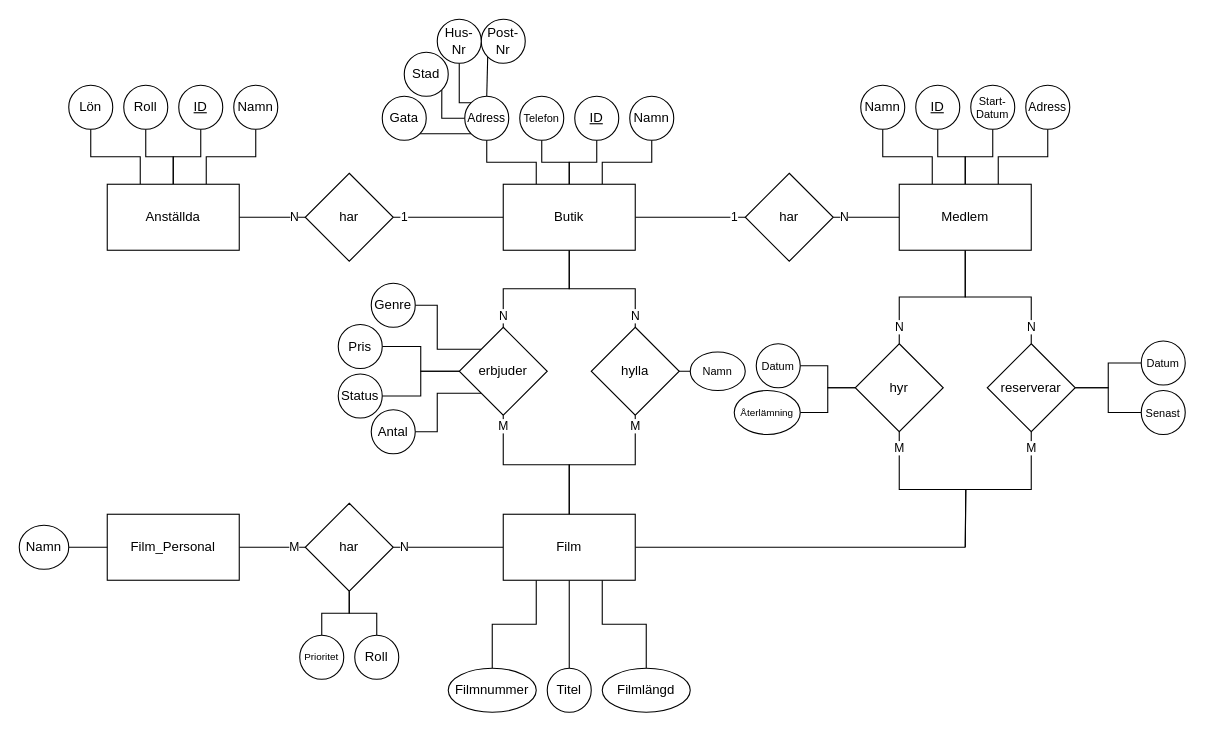
Earlier version of the draw.io diagram Databas_Labb1.drawio (null15/Database_University). Source tidied: cells renumbered, new cells numbered last; positions are measured from the earlier drawing's top-left corner, leaving out a move shared by most shapes. Both pictures are drawn from the tidied source at 110%, with x=0, y=0 at pixel (19, 19).
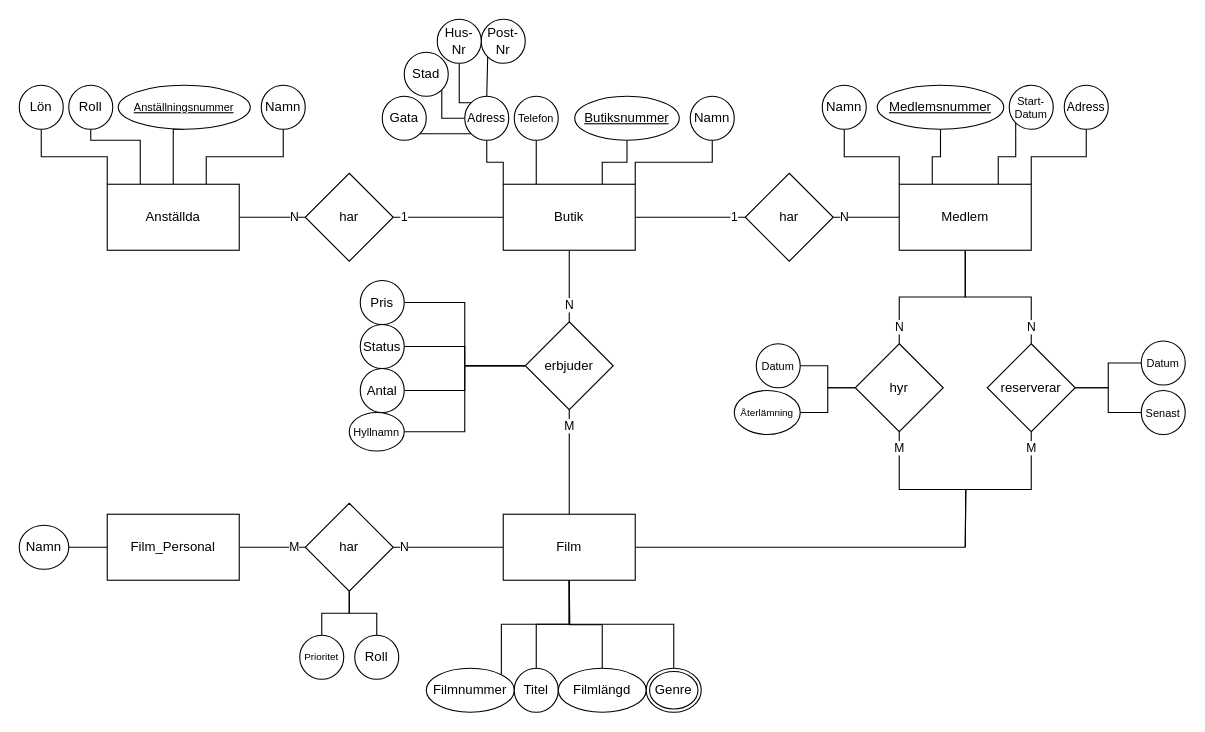
Above is the later version.

The change refers to these unchanged cells:
```xml
<mxCell id="10" value="Butik" style="rounded=0;whiteSpace=wrap;html=1;" parent="1" vertex="1">
  <mxGeometry x="440" y="150" width="120" height="60" as="geometry" />
</mxCell>
<mxCell id="17" value="Anställda" style="whiteSpace=wrap;html=1;rounded=0;" parent="1" vertex="1">
  <mxGeometry x="80" y="150" width="120" height="60" as="geometry" />
</mxCell>
<mxCell id="26" value="Adress" style="ellipse;whiteSpace=wrap;html=1;fontSize=11;" parent="1" vertex="1">
  <mxGeometry x="405" y="70" width="40" height="40" as="geometry" />
</mxCell>
<mxCell id="42" value="Medlem" style="whiteSpace=wrap;html=1;rounded=0;" parent="1" vertex="1">
  <mxGeometry x="800" y="150" width="120" height="60" as="geometry" />
</mxCell>
<mxCell id="58" value="Film" style="whiteSpace=wrap;html=1;rounded=0;" parent="1" vertex="1">
  <mxGeometry x="440" y="450" width="120" height="60" as="geometry" />
</mxCell>
```

Diff of the diagram source:
```diff
@@
-    <mxCell id="3" style="edgeStyle=orthogonalEdgeStyle;rounded=0;jettySize=auto;html=1;exitX=0.25;exitY=0;exitDx=0;exitDy=0;entryX=0.5;entryY=1;entryDx=0;entryDy=0;endArrow=none;endFill=0;" parent="1" edge="1" source="10" target="26">
+    <mxCell id="3" style="edgeStyle=orthogonalEdgeStyle;rounded=0;jettySize=auto;html=1;exitX=0;exitY=0;exitDx=0;exitDy=0;entryX=0.5;entryY=1;entryDx=0;entryDy=0;endArrow=none;endFill=0;" parent="1" edge="1" source="10" target="26">
       <mxGeometry relative="1" as="geometry" />
     </mxCell>
-    <mxCell id="4" style="edgeStyle=orthogonalEdgeStyle;rounded=0;jettySize=auto;html=1;exitX=0.5;exitY=0;exitDx=0;exitDy=0;entryX=0.5;entryY=1;entryDx=0;entryDy=0;endArrow=none;endFill=0;" parent="1" edge="1" source="10" target="27">
+    <mxCell id="4" style="edgeStyle=orthogonalEdgeStyle;rounded=0;jettySize=auto;html=1;exitX=0.25;exitY=0;exitDx=0;exitDy=0;entryX=0.5;entryY=1;entryDx=0;entryDy=0;endArrow=none;endFill=0;" parent="1" edge="1" source="10" target="27">
       <mxGeometry relative="1" as="geometry" />
     </mxCell>
-    <mxCell id="5" style="edgeStyle=orthogonalEdgeStyle;rounded=0;jettySize=auto;html=1;exitX=0.5;exitY=0;exitDx=0;exitDy=0;entryX=0.5;entryY=1;entryDx=0;entryDy=0;endArrow=none;endFill=0;" parent="1" edge="1" source="10" target="28">
-      <mxGeometry relative="1" as="geometry" />
-    </mxCell>
-    <mxCell id="6" style="edgeStyle=orthogonalEdgeStyle;rounded=0;jettySize=auto;html=1;exitX=0.75;exitY=0;exitDx=0;exitDy=0;entryX=0.5;entryY=1;entryDx=0;entryDy=0;endArrow=none;endFill=0;" parent="1" edge="1" source="10" target="29">
-      <mxGeometry relative="1" as="geometry" />
-    </mxCell>
@@
     <mxCell id="8" value="N" style="edgeStyle=orthogonalEdgeStyle;rounded=0;jettySize=auto;html=1;endArrow=none;endFill=0;" parent="1" edge="1" source="10" target="52">
-      <mxGeometry x="0.85" relative="1" as="geometry" />
+      <mxGeometry x="0.54" relative="1" as="geometry" />
     </mxCell>
-    <mxCell id="9" value="N" style="edgeStyle=orthogonalEdgeStyle;rounded=0;jettySize=auto;html=1;exitX=0.5;exitY=1;exitDx=0;exitDy=0;entryX=0.5;entryY=0;entryDx=0;entryDy=0;endArrow=none;endFill=0;" parent="1" edge="1" source="10" target="66">
-      <mxGeometry x="0.85" relative="1" as="geometry" />
-    </mxCell>
@@
-    <mxCell id="13" style="edgeStyle=orthogonalEdgeStyle;rounded=0;jettySize=auto;html=1;exitX=0.25;exitY=0;exitDx=0;exitDy=0;entryX=0.5;entryY=1;entryDx=0;entryDy=0;endArrow=none;endFill=0;" parent="1" edge="1" source="17" target="18">
+    <mxCell id="13" style="edgeStyle=orthogonalEdgeStyle;rounded=0;jettySize=auto;html=1;exitX=0;exitY=0;exitDx=0;exitDy=0;entryX=0.5;entryY=1;entryDx=0;entryDy=0;endArrow=none;endFill=0;" parent="1" edge="1" source="17" target="18">
       <mxGeometry relative="1" as="geometry" />
     </mxCell>
-    <mxCell id="14" style="edgeStyle=orthogonalEdgeStyle;rounded=0;jettySize=auto;html=1;exitX=0.5;exitY=0;exitDx=0;exitDy=0;entryX=0.5;entryY=1;entryDx=0;entryDy=0;endArrow=none;endFill=0;" parent="1" edge="1" source="17" target="19">
-      <mxGeometry relative="1" as="geometry" />
-    </mxCell>
-    <mxCell id="15" style="edgeStyle=orthogonalEdgeStyle;rounded=0;jettySize=auto;html=1;exitX=0.5;exitY=0;exitDx=0;exitDy=0;entryX=0.5;entryY=1;entryDx=0;entryDy=0;endArrow=none;endFill=0;" parent="1" edge="1" source="17" target="20">
-      <mxGeometry relative="1" as="geometry" />
-    </mxCell>
@@
     <mxCell id="18" value="Lön" style="ellipse;whiteSpace=wrap;html=1;" parent="1" vertex="1">
-      <mxGeometry x="45" y="60" width="40" height="40" as="geometry" />
+      <mxGeometry y="60" width="40" height="40" as="geometry" />
     </mxCell>
+    <mxCell id="91" style="edgeStyle=orthogonalEdgeStyle;rounded=0;jettySize=auto;html=1;exitX=0.5;exitY=1;exitDx=0;exitDy=0;entryX=0.25;entryY=0;entryDx=0;entryDy=0;endArrow=none;endFill=0;" parent="1" edge="1" source="19" target="17">
+      <mxGeometry relative="1" as="geometry">
+        <Array as="points">
+          <mxPoint x="65" y="110" />
+          <mxPoint x="110" y="110" />
+        </Array>
+      </mxGeometry>
+    </mxCell>
     <mxCell id="19" value="Roll" style="ellipse;whiteSpace=wrap;html=1;" parent="1" vertex="1">
-      <mxGeometry x="95" y="60" width="40" height="40" as="geometry" />
+      <mxGeometry x="45" y="60" width="40" height="40" as="geometry" />
     </mxCell>
+    <mxCell id="92" style="edgeStyle=orthogonalEdgeStyle;rounded=0;jettySize=auto;html=1;exitX=0.5;exitY=1;exitDx=0;exitDy=0;entryX=0.5;entryY=0;entryDx=0;entryDy=0;endArrow=none;endFill=0;" parent="1" edge="1" source="20" target="17">
+      <mxGeometry relative="1" as="geometry">
+        <Array as="points">
+          <mxPoint x="140" y="100" />
+        </Array>
+      </mxGeometry>
+    </mxCell>
-    <mxCell id="20" value="&lt;u&gt;ID&lt;/u&gt;" style="ellipse;whiteSpace=wrap;html=1;" parent="1" vertex="1">
-      <mxGeometry x="145" y="60" width="40" height="40" as="geometry" />
+    <mxCell id="20" value="&lt;u style=&quot;font-size: 10px;&quot;&gt;Anställningsnummer&lt;/u&gt;" style="ellipse;whiteSpace=wrap;html=1;fontSize=10;" parent="1" vertex="1">
+      <mxGeometry x="90" y="60" width="120" height="40" as="geometry" />
     </mxCell>
     <mxCell id="21" value="Namn" style="ellipse;whiteSpace=wrap;html=1;" parent="1" vertex="1">
-      <mxGeometry x="195" y="60" width="40" height="40" as="geometry" />
+      <mxGeometry x="220" y="60" width="40" height="40" as="geometry" />
     </mxCell>
@@
     <mxCell id="27" value="Telefon" style="ellipse;whiteSpace=wrap;html=1;fontSize=10;" parent="1" vertex="1">
-      <mxGeometry x="455" y="70" width="40" height="40" as="geometry" />
+      <mxGeometry x="450" y="70" width="40" height="40" as="geometry" />
     </mxCell>
+    <mxCell id="93" style="edgeStyle=orthogonalEdgeStyle;rounded=0;jettySize=auto;html=1;exitX=0.5;exitY=1;exitDx=0;exitDy=0;entryX=0.75;entryY=0;entryDx=0;entryDy=0;endArrow=none;endFill=0;" parent="1" edge="1" source="28" target="10">
+      <mxGeometry relative="1" as="geometry" />
+    </mxCell>
-    <mxCell id="28" value="&lt;u&gt;ID&lt;/u&gt;" style="ellipse;whiteSpace=wrap;html=1;" parent="1" vertex="1">
-      <mxGeometry x="505" y="70" width="40" height="40" as="geometry" />
+    <mxCell id="28" value="&lt;u&gt;Butiksnummer&lt;/u&gt;" style="ellipse;whiteSpace=wrap;html=1;" parent="1" vertex="1">
+      <mxGeometry x="505" y="70" width="95" height="40" as="geometry" />
     </mxCell>
+    <mxCell id="94" style="edgeStyle=orthogonalEdgeStyle;rounded=0;jettySize=auto;html=1;exitX=0.5;exitY=1;exitDx=0;exitDy=0;entryX=1;entryY=0;entryDx=0;entryDy=0;endArrow=none;endFill=0;" parent="1" edge="1" source="29" target="10">
+      <mxGeometry relative="1" as="geometry" />
+    </mxCell>
     <mxCell id="29" value="Namn" style="ellipse;whiteSpace=wrap;html=1;" parent="1" vertex="1">
-      <mxGeometry x="555" y="70" width="40" height="40" as="geometry" />
+      <mxGeometry x="610" y="70" width="40" height="40" as="geometry" />
     </mxCell>
@@
-    <mxCell id="36" style="edgeStyle=orthogonalEdgeStyle;rounded=0;jettySize=auto;html=1;exitX=0.25;exitY=0;exitDx=0;exitDy=0;entryX=0.5;entryY=1;entryDx=0;entryDy=0;endArrow=none;endFill=0;" parent="1" edge="1" source="42" target="43">
-      <mxGeometry relative="1" as="geometry" />
-    </mxCell>
-    <mxCell id="37" style="edgeStyle=orthogonalEdgeStyle;rounded=0;jettySize=auto;html=1;exitX=0.5;exitY=0;exitDx=0;exitDy=0;entryX=0.5;entryY=1;entryDx=0;entryDy=0;endArrow=none;endFill=0;" parent="1" edge="1" source="42" target="44">
-      <mxGeometry relative="1" as="geometry" />
-    </mxCell>
-    <mxCell id="38" style="edgeStyle=orthogonalEdgeStyle;rounded=0;jettySize=auto;html=1;exitX=0.5;exitY=0;exitDx=0;exitDy=0;entryX=0.5;entryY=1;entryDx=0;entryDy=0;endArrow=none;endFill=0;" parent="1" edge="1" source="42" target="45">
-      <mxGeometry relative="1" as="geometry" />
-    </mxCell>
-    <mxCell id="39" style="edgeStyle=orthogonalEdgeStyle;rounded=0;jettySize=auto;html=1;exitX=0.75;exitY=0;exitDx=0;exitDy=0;entryX=0.5;entryY=1;entryDx=0;entryDy=0;endArrow=none;endFill=0;" parent="1" edge="1" source="42" target="46">
-      <mxGeometry relative="1" as="geometry" />
-    </mxCell>
@@
+    <mxCell id="95" style="edgeStyle=orthogonalEdgeStyle;rounded=0;jettySize=auto;html=1;exitX=0.5;exitY=1;exitDx=0;exitDy=0;entryX=0;entryY=0;entryDx=0;entryDy=0;endArrow=none;endFill=0;" parent="1" edge="1" source="43" target="42">
+      <mxGeometry relative="1" as="geometry" />
+    </mxCell>
     <mxCell id="43" value="Namn" style="ellipse;whiteSpace=wrap;html=1;" parent="1" vertex="1">
-      <mxGeometry x="765" y="60" width="40" height="40" as="geometry" />
+      <mxGeometry x="730" y="60" width="40" height="40" as="geometry" />
     </mxCell>
+    <mxCell id="96" style="edgeStyle=orthogonalEdgeStyle;rounded=0;jettySize=auto;html=1;exitX=0.5;exitY=1;exitDx=0;exitDy=0;entryX=0.25;entryY=0;entryDx=0;entryDy=0;endArrow=none;endFill=0;" parent="1" edge="1" source="44" target="42">
+      <mxGeometry relative="1" as="geometry" />
+    </mxCell>
-    <mxCell id="44" value="&lt;u&gt;ID&lt;/u&gt;" style="ellipse;whiteSpace=wrap;html=1;" parent="1" vertex="1">
-      <mxGeometry x="815" y="60" width="40" height="40" as="geometry" />
+    <mxCell id="44" value="&lt;u&gt;Medlemsnummer&lt;/u&gt;" style="ellipse;whiteSpace=wrap;html=1;" parent="1" vertex="1">
+      <mxGeometry x="780" y="60" width="115" height="40" as="geometry" />
     </mxCell>
+    <mxCell id="97" style="edgeStyle=orthogonalEdgeStyle;rounded=0;jettySize=auto;html=1;exitX=0;exitY=1;exitDx=0;exitDy=0;entryX=0.75;entryY=0;entryDx=0;entryDy=0;endArrow=none;endFill=0;" parent="1" edge="1" source="45" target="42">
+      <mxGeometry relative="1" as="geometry" />
+    </mxCell>
     <mxCell id="45" value="Start- Datum" style="ellipse;whiteSpace=wrap;html=1;fontSize=10;" parent="1" vertex="1">
-      <mxGeometry x="865" y="60" width="40" height="40" as="geometry" />
+      <mxGeometry x="900" y="60" width="40" height="40" as="geometry" />
     </mxCell>
+    <mxCell id="98" style="edgeStyle=orthogonalEdgeStyle;rounded=0;jettySize=auto;html=1;exitX=0.5;exitY=1;exitDx=0;exitDy=0;entryX=1;entryY=0;entryDx=0;entryDy=0;endArrow=none;endFill=0;" parent="1" edge="1" source="46" target="42">
+      <mxGeometry relative="1" as="geometry" />
+    </mxCell>
     <mxCell id="46" value="Adress" style="ellipse;whiteSpace=wrap;html=1;fontSize=11;" parent="1" vertex="1">
-      <mxGeometry x="915" y="60" width="40" height="40" as="geometry" />
+      <mxGeometry x="950" y="60" width="40" height="40" as="geometry" />
     </mxCell>
     <mxCell id="47" value="M" style="edgeStyle=orthogonalEdgeStyle;rounded=0;jettySize=auto;html=1;endArrow=none;endFill=0;" parent="1" edge="1" source="52" target="58">
-      <mxGeometry x="-0.87" relative="1" as="geometry" />
+      <mxGeometry x="-0.68" relative="1" as="geometry" />
     </mxCell>
-    <mxCell id="48" style="edgeStyle=orthogonalEdgeStyle;rounded=0;jettySize=auto;html=1;exitX=0;exitY=1;exitDx=0;exitDy=0;entryX=1;entryY=0.5;entryDx=0;entryDy=0;endArrow=none;endFill=0;" parent="1" edge="1" source="52" target="68">
-      <mxGeometry relative="1" as="geometry" />
-    </mxCell>
-    <mxCell id="49" style="edgeStyle=orthogonalEdgeStyle;rounded=0;jettySize=auto;html=1;exitX=0;exitY=0;exitDx=0;exitDy=0;entryX=1;entryY=0.5;entryDx=0;entryDy=0;endArrow=none;endFill=0;" parent="1" edge="1" source="52" target="71">
-      <mxGeometry relative="1" as="geometry" />
-    </mxCell>
@@
     <mxCell id="52" value="erbjuder" style="rhombus;whiteSpace=wrap;html=1;rounded=0;" parent="1" vertex="1">
-      <mxGeometry x="400" y="280" width="80" height="80" as="geometry" />
+      <mxGeometry x="460" y="275" width="80" height="80" as="geometry" />
     </mxCell>
@@
-    <mxCell id="54" style="edgeStyle=orthogonalEdgeStyle;rounded=0;jettySize=auto;html=1;exitX=0.5;exitY=1;exitDx=0;exitDy=0;entryX=0.5;entryY=0;entryDx=0;entryDy=0;endArrow=none;endFill=0;" parent="1" edge="1" source="58" target="77">
-      <mxGeometry relative="1" as="geometry" />
-    </mxCell>
-    <mxCell id="55" style="edgeStyle=orthogonalEdgeStyle;rounded=0;jettySize=auto;html=1;exitX=0.25;exitY=1;exitDx=0;exitDy=0;entryX=0.5;entryY=0;entryDx=0;entryDy=0;endArrow=none;endFill=0;" parent="1" edge="1" source="58" target="76">
-      <mxGeometry relative="1" as="geometry" />
-    </mxCell>
-    <mxCell id="56" style="edgeStyle=orthogonalEdgeStyle;rounded=0;jettySize=auto;html=1;exitX=0.75;exitY=1;exitDx=0;exitDy=0;entryX=0.5;entryY=0;entryDx=0;entryDy=0;endArrow=none;endFill=0;" parent="1" edge="1" source="58" target="78">
-      <mxGeometry relative="1" as="geometry" />
-    </mxCell>
@@
-    <mxCell id="64" value="M" style="edgeStyle=orthogonalEdgeStyle;rounded=0;jettySize=auto;html=1;exitX=0.5;exitY=1;exitDx=0;exitDy=0;entryX=0.5;entryY=0;entryDx=0;entryDy=0;endArrow=none;endFill=0;" parent="1" edge="1" source="66" target="58">
-      <mxGeometry x="-0.87" relative="1" as="geometry" />
-    </mxCell>
-    <mxCell id="65" style="edgeStyle=orthogonalEdgeStyle;rounded=0;jettySize=auto;html=1;endArrow=none;endFill=0;" parent="1" edge="1" source="66" target="67">
-      <mxGeometry relative="1" as="geometry" />
-    </mxCell>
-    <mxCell id="66" value="hylla" style="rhombus;whiteSpace=wrap;html=1;rounded=0;" parent="1" vertex="1">
-      <mxGeometry x="520" y="280" width="80" height="80" as="geometry" />
-    </mxCell>
+    <mxCell id="99" style="edgeStyle=orthogonalEdgeStyle;rounded=0;jettySize=auto;html=1;exitX=1;exitY=0.5;exitDx=0;exitDy=0;entryX=0;entryY=0.5;entryDx=0;entryDy=0;endArrow=none;endFill=0;" parent="1" edge="1" source="67" target="52">
+      <mxGeometry relative="1" as="geometry" />
+    </mxCell>
-    <mxCell id="67" value="Namn" style="ellipse;whiteSpace=wrap;html=1;rounded=0;fontSize=10;" parent="1" vertex="1">
-      <mxGeometry x="610" y="302.5" width="50" height="35" as="geometry" />
+    <mxCell id="67" value="Hyllnamn" style="ellipse;whiteSpace=wrap;html=1;rounded=0;fontSize=10;" parent="1" vertex="1">
+      <mxGeometry x="300" y="357.5" width="50" height="35" as="geometry" />
     </mxCell>
+    <mxCell id="100" style="edgeStyle=orthogonalEdgeStyle;rounded=0;jettySize=auto;html=1;exitX=1;exitY=0.5;exitDx=0;exitDy=0;entryX=0;entryY=0.5;entryDx=0;entryDy=0;endArrow=none;endFill=0;" parent="1" edge="1" source="68" target="52">
+      <mxGeometry relative="1" as="geometry" />
+    </mxCell>
     <mxCell id="68" value="Antal" style="ellipse;whiteSpace=wrap;html=1;" parent="1" vertex="1">
-      <mxGeometry x="320" y="355" width="40" height="40" as="geometry" />
+      <mxGeometry x="310" y="317.5" width="40" height="40" as="geometry" />
     </mxCell>
     <mxCell id="69" value="Status" style="ellipse;whiteSpace=wrap;html=1;" parent="1" vertex="1">
-      <mxGeometry x="290" y="322.5" width="40" height="40" as="geometry" />
+      <mxGeometry x="310" y="277.5" width="40" height="40" as="geometry" />
     </mxCell>
     <mxCell id="70" value="Pris" style="ellipse;whiteSpace=wrap;html=1;" parent="1" vertex="1">
-      <mxGeometry x="290" y="277.5" width="40" height="40" as="geometry" />
+      <mxGeometry x="310" y="237.5" width="40" height="40" as="geometry" />
     </mxCell>
-    <mxCell id="71" value="Genre" style="ellipse;whiteSpace=wrap;html=1;" parent="1" vertex="1">
-      <mxGeometry x="320" y="240" width="40" height="40" as="geometry" />
-    </mxCell>
@@
+    <mxCell id="101" style="edgeStyle=orthogonalEdgeStyle;rounded=0;jettySize=auto;html=1;exitX=1;exitY=0;exitDx=0;exitDy=0;entryX=0.5;entryY=1;entryDx=0;entryDy=0;endArrow=none;endFill=0;" parent="1" edge="1" source="76" target="58">
+      <mxGeometry relative="1" as="geometry" />
+    </mxCell>
     <mxCell id="76" value="Filmnummer" style="ellipse;whiteSpace=wrap;html=1;fontStyle=0;" parent="1" vertex="1">
-      <mxGeometry x="390" y="590" width="80" height="40" as="geometry" />
+      <mxGeometry x="370" y="590" width="80" height="40" as="geometry" />
     </mxCell>
+    <mxCell id="102" style="edgeStyle=orthogonalEdgeStyle;rounded=0;jettySize=auto;html=1;exitX=0.5;exitY=0;exitDx=0;exitDy=0;entryX=0.5;entryY=1;entryDx=0;entryDy=0;endArrow=none;endFill=0;" parent="1" edge="1" source="77" target="58">
+      <mxGeometry relative="1" as="geometry" />
+    </mxCell>
     <mxCell id="77" value="Titel" style="ellipse;whiteSpace=wrap;html=1;" parent="1" vertex="1">
-      <mxGeometry x="480" y="590" width="40" height="40" as="geometry" />
+      <mxGeometry x="450" y="590" width="40" height="40" as="geometry" />
     </mxCell>
+    <mxCell id="103" style="edgeStyle=orthogonalEdgeStyle;rounded=0;jettySize=auto;html=1;exitX=0.5;exitY=0;exitDx=0;exitDy=0;endArrow=none;endFill=0;" parent="1" edge="1" source="78">
+      <mxGeometry relative="1" as="geometry">
+        <mxPoint x="500" y="510" as="targetPoint" />
+      </mxGeometry>
+    </mxCell>
     <mxCell id="78" value="Filmlängd" style="ellipse;whiteSpace=wrap;html=1;" parent="1" vertex="1">
-      <mxGeometry x="530" y="590" width="80" height="40" as="geometry" />
+      <mxGeometry x="490" y="590" width="80" height="40" as="geometry" />
     </mxCell>
@@
+    <mxCell id="104" style="edgeStyle=orthogonalEdgeStyle;rounded=0;jettySize=auto;html=1;exitX=0.5;exitY=0;exitDx=0;exitDy=0;entryX=0.5;entryY=1;entryDx=0;entryDy=0;endArrow=none;endFill=0;" parent="1" edge="1" source="71" target="58">
+      <mxGeometry relative="1" as="geometry" />
+    </mxCell>
+    <mxCell id="71" value="Genre" style="ellipse;shape=doubleEllipse;margin=3;whiteSpace=wrap;html=1;align=center;" parent="1" vertex="1">
+      <mxGeometry x="570" y="590" width="50" height="40" as="geometry" />
+    </mxCell>
```
